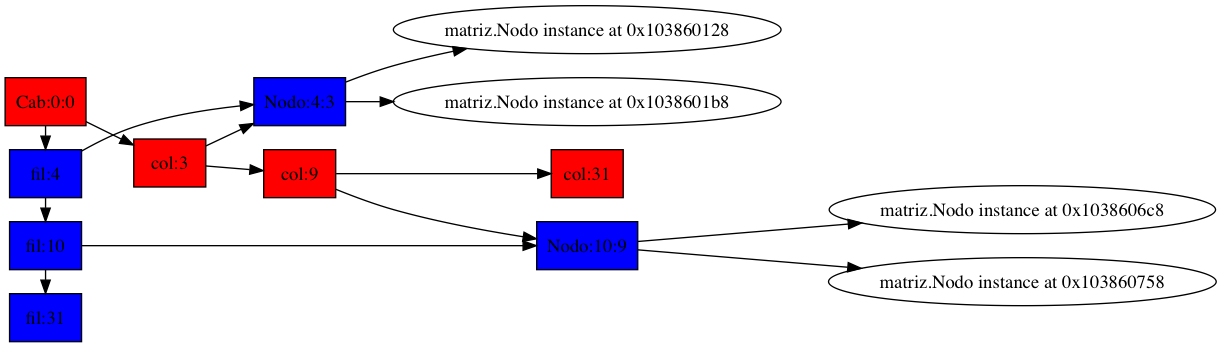
leonelyutu/ProyectoJunio2017_200819281 keeps this Graphviz diagram as web/avionjugador1.dot.png. Above is the earlier version. Its source is kept beside it as web/avionjugador1.dot.
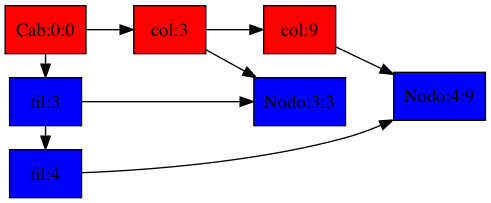
After the commit.

The edit, as a diff of the source:
```diff
@@ -1,22 +1,17 @@
 digraph g{
 rankdir=LR
-<matriz.Nodo instance at 0x1038572d8>[label =<Cab:0:0> shape =box, style=filled, fillcolor=red]
-<matriz.Nodo instance at 0x103860200>[label =<col:3> shape =box, style=filled, fillcolor=red]
-<matriz.Nodo instance at 0x1038607a0>[label =<col:9> shape =box, style=filled, fillcolor=red]
-<matriz.Nodo instance at 0x103857290>[label =<col:31> shape =box, style=filled, fillcolor=red]
-<matriz.Nodo instance at 0x1038572d8>-><matriz.Nodo instance at 0x103860200><matriz.Nodo instance at 0x103860200>-><matriz.Nodo instance at 0x1038607a0><matriz.Nodo instance at 0x1038607a0>-><matriz.Nodo instance at 0x103857290><matriz.Nodo instance at 0x103860170>[label = <fil:4> shape =box, style=filled, fillcolor=blue]
-<matriz.Nodo instance at 0x103860710>[label = <fil:10> shape =box, style=filled, fillcolor=blue]
-<matriz.Nodo instance at 0x103857248>[label = <fil:31> shape =box, style=filled, fillcolor=blue]
-<matriz.Nodo instance at 0x1038572d8>-><matriz.Nodo instance at 0x103860170><matriz.Nodo instance at 0x103860170>-><matriz.Nodo instance at 0x103860710><matriz.Nodo instance at 0x103860710>-><matriz.Nodo instance at 0x103857248>subgraph{
-rank = same;<matriz.Nodo instance at 0x1038572d8>;<matriz.Nodo instance at 0x103860710><matriz.Nodo instance at 0x103860170>;<matriz.Nodo instance at 0x103860710><matriz.Nodo instance at 0x103860710>;<matriz.Nodo instance at 0x103857248>}
-<matriz.Nodo instance at 0x103860170>-><matriz.Nodo instance at 0x103860248>
-<matriz.Nodo instance at 0x103860248>[label = <Nodo:4:3> shape =box, style=filled, fillcolor=blue]
-<matriz.Nodo instance at 0x103860710>-><matriz.Nodo instance at 0x1038607e8>
-<matriz.Nodo instance at 0x1038607e8>[label = <Nodo:10:9> shape =box, style=filled, fillcolor=blue]
-<matriz.Nodo instance at 0x103860248>-><matriz.Nodo instance at 0x103860128>
-<matriz.Nodo instance at 0x1038607e8>-><matriz.Nodo instance at 0x1038606c8>
-<matriz.Nodo instance at 0x103860200>-><matriz.Nodo instance at 0x103860248>
-<matriz.Nodo instance at 0x103860248>-><matriz.Nodo instance at 0x1038601b8>
-<matriz.Nodo instance at 0x1038607a0>-><matriz.Nodo instance at 0x1038607e8>
-<matriz.Nodo instance at 0x1038607e8>-><matriz.Nodo instance at 0x103860758>
+<matriz.Nodo instance at 0x10a17c488>[label =<Cab:0:0> shape =box, style=filled, fillcolor=red]
+<matriz.Nodo instance at 0x10a1807a0>[label =<col:3> shape =box, style=filled, fillcolor=red]
+<matriz.Nodo instance at 0x10a180e18>[label =<col:9> shape =box, style=filled, fillcolor=red]
+<matriz.Nodo instance at 0x10a17c488>-><matriz.Nodo instance at 0x10a1807a0><matriz.Nodo instance at 0x10a1807a0>-><matriz.Nodo instance at 0x10a180e18>
+<matriz.Nodo instance at 0x10a180710>[label = <fil:3> shape =box, style=filled, fillcolor=blue]
+<matriz.Nodo instance at 0x10a180d88>[label = <fil:4> shape =box, style=filled, fillcolor=blue]
+<matriz.Nodo instance at 0x10a17c488>-><matriz.Nodo instance at 0x10a180710><matriz.Nodo instance at 0x10a180710>-><matriz.Nodo instance at 0x10a180d88>subgraph{
+rank = same;<matriz.Nodo instance at 0x10a17c488>;<matriz.Nodo instance at 0x10a180d88><matriz.Nodo instance at 0x10a180710>;<matriz.Nodo instance at 0x10a180d88>}
+<matriz.Nodo instance at 0x10a180710>-><matriz.Nodo instance at 0x10a1807e8>
+<matriz.Nodo instance at 0x10a1807e8>[label = <Nodo:3:3> shape =box, style=filled, fillcolor=blue]
+<matriz.Nodo instance at 0x10a180d88>-><matriz.Nodo instance at 0x10a180e60>
+<matriz.Nodo instance at 0x10a180e60>[label = <Nodo:4:9> shape =box, style=filled, fillcolor=blue]
+<matriz.Nodo instance at 0x10a1807a0>-><matriz.Nodo instance at 0x10a1807e8>
+<matriz.Nodo instance at 0x10a180e18>-><matriz.Nodo instance at 0x10a180e60>
 }
```
